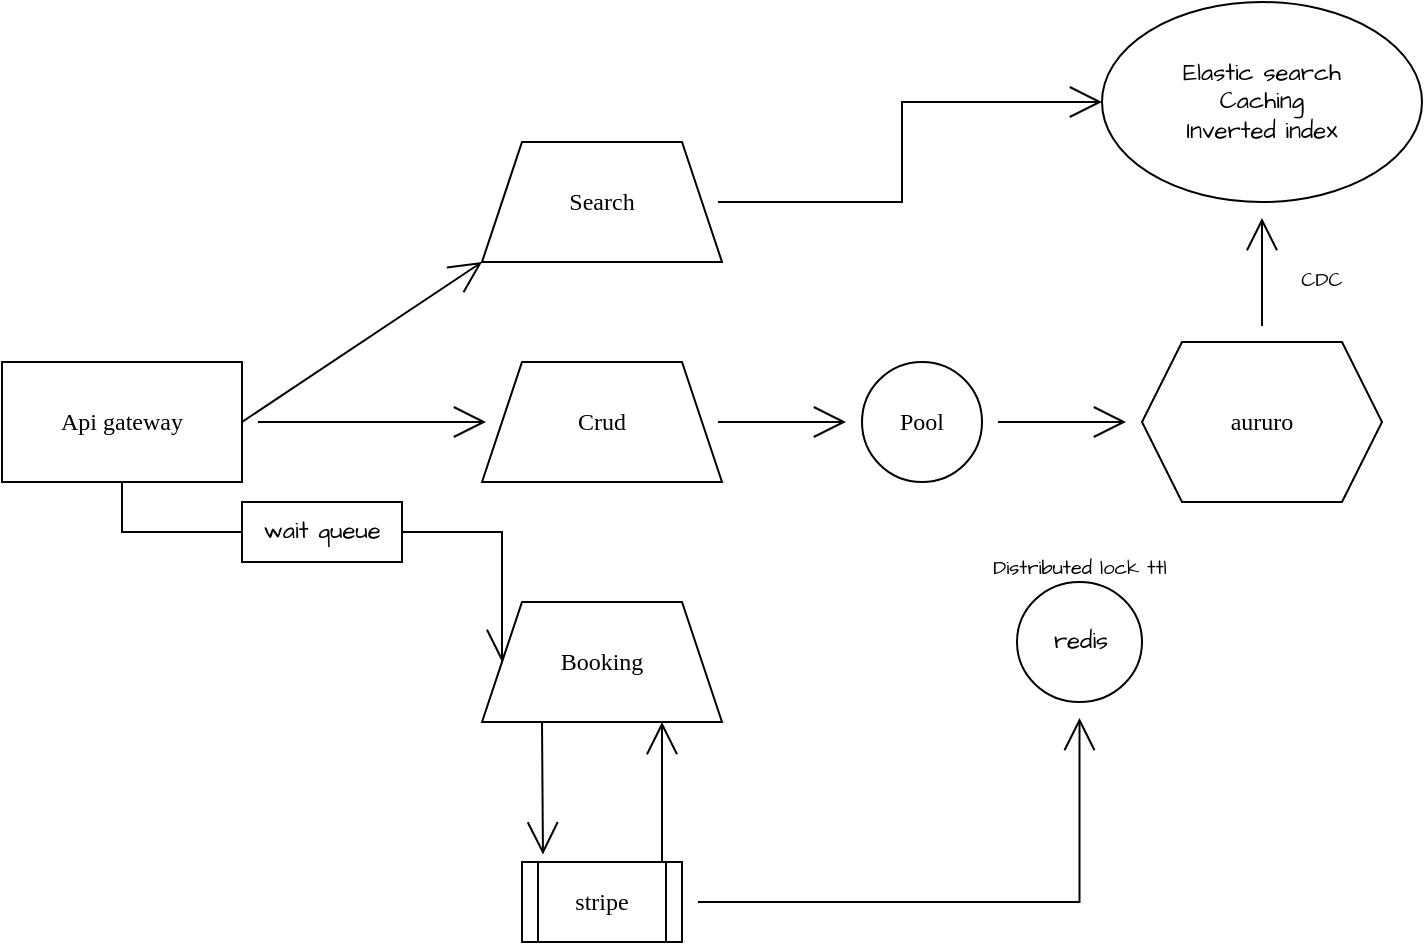
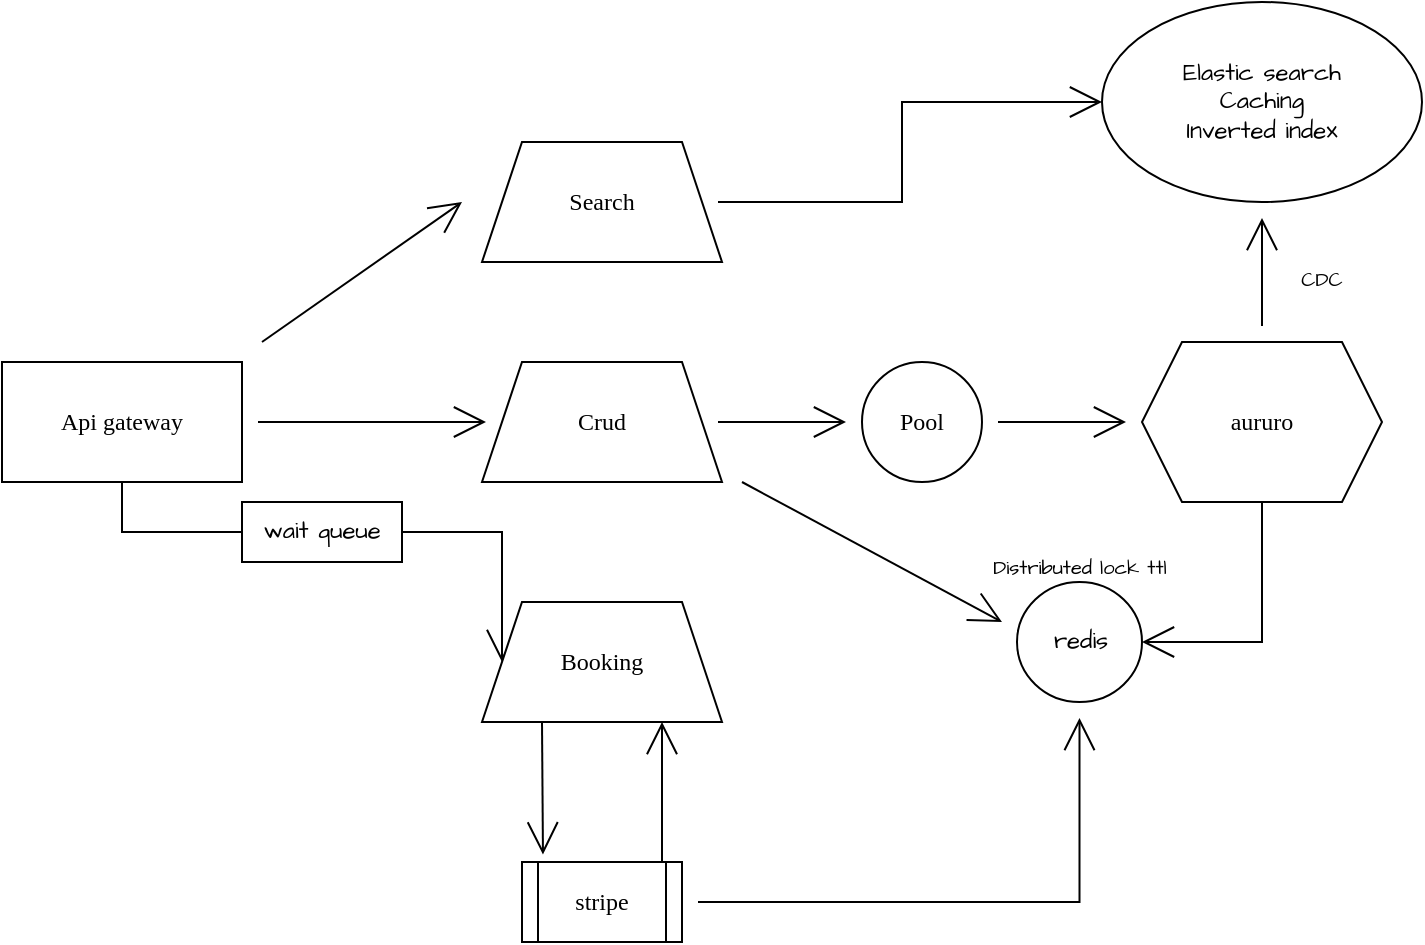
<mxfile host="app.diagrams.net" agent="5.0 (Windows NT 10.0; Win64; x64) AppleWebKit/537.36 (KHTML, like Gecko) Chrome/96.0.4664.93 Safari/537.36">
  <diagram id="Ht1M8jgEwFfnCIfOTk4-" name="Page-1">
    <mxGraphModel dx="1506" dy="688" grid="1" gridSize="10" guides="1" tooltips="1" connect="1" arrows="1" fold="1" page="1" pageScale="1" pageWidth="1169" pageHeight="827" math="0" shadow="0">
      <root>
        <mxCell id="0" />
        <mxCell id="1" parent="0" />
-         <mxCell id="67bCBKCydI8KBQZZ1gRH-10" edge="1" parent="1" source="67bCBKCydI8KBQZZ1gRH-1" style="edgeStyle=none;curved=1;rounded=0;orthogonalLoop=1;jettySize=auto;html=1;exitX=1;exitY=0.5;exitDx=0;exitDy=0;entryX=0;entryY=1;entryDx=0;entryDy=0;fontFamily=Verdana;fontSize=16;startSize=14;endArrow=open;endSize=14;sourcePerimeterSpacing=8;targetPerimeterSpacing=8;" target="67bCBKCydI8KBQZZ1gRH-2">
-           <mxGeometry relative="1" as="geometry" />
-         </mxCell>
        <mxCell id="67bCBKCydI8KBQZZ1gRH-11" edge="1" parent="1" source="67bCBKCydI8KBQZZ1gRH-1" style="edgeStyle=none;curved=1;rounded=0;orthogonalLoop=1;jettySize=auto;html=1;fontFamily=Verdana;fontSize=16;startSize=14;endArrow=open;endSize=14;sourcePerimeterSpacing=8;targetPerimeterSpacing=8;" target="67bCBKCydI8KBQZZ1gRH-3" value="">
          <mxGeometry relative="1" as="geometry" />
        </mxCell>
        <mxCell id="67bCBKCydI8KBQZZ1gRH-25" edge="1" parent="1" source="67bCBKCydI8KBQZZ1gRH-1" style="edgeStyle=orthogonalEdgeStyle;rounded=0;orthogonalLoop=1;jettySize=auto;html=1;exitX=0.5;exitY=1;exitDx=0;exitDy=0;entryX=0;entryY=0.5;entryDx=0;entryDy=0;fontFamily=Architects Daughter;fontSource=https%3A%2F%2Ffonts.googleapis.com%2Fcss%3Ffamily%3DArchitects%2BDaughter;fontSize=16;startSize=14;endArrow=open;endSize=14;sourcePerimeterSpacing=8;targetPerimeterSpacing=8;" target="67bCBKCydI8KBQZZ1gRH-4">
          <mxGeometry relative="1" as="geometry" />
        </mxCell>
        <mxCell id="67bCBKCydI8KBQZZ1gRH-1" parent="1" style="rounded=0;whiteSpace=wrap;html=1;fontFamily=Verdana;" value="Api gateway" vertex="1">
          <mxGeometry height="60" width="120" x="220" y="330" as="geometry" />
        </mxCell>
        <mxCell id="67bCBKCydI8KBQZZ1gRH-30" edge="1" parent="1" source="67bCBKCydI8KBQZZ1gRH-2" style="edgeStyle=orthogonalEdgeStyle;rounded=0;orthogonalLoop=1;jettySize=auto;html=1;entryX=0;entryY=0.5;entryDx=0;entryDy=0;fontFamily=Architects Daughter;fontSource=https%3A%2F%2Ffonts.googleapis.com%2Fcss%3Ffamily%3DArchitects%2BDaughter;fontSize=16;startSize=14;endArrow=open;endSize=14;sourcePerimeterSpacing=8;targetPerimeterSpacing=8;" target="67bCBKCydI8KBQZZ1gRH-27">
          <mxGeometry relative="1" as="geometry" />
        </mxCell>
        <mxCell id="67bCBKCydI8KBQZZ1gRH-2" parent="1" style="shape=trapezoid;perimeter=trapezoidPerimeter;whiteSpace=wrap;html=1;fixedSize=1;fontFamily=Verdana;" value="Search" vertex="1">
          <mxGeometry height="60" width="120" x="460" y="220" as="geometry" />
        </mxCell>
        <mxCell id="67bCBKCydI8KBQZZ1gRH-14" edge="1" parent="1" source="67bCBKCydI8KBQZZ1gRH-15" style="edgeStyle=none;curved=1;rounded=0;orthogonalLoop=1;jettySize=auto;html=1;fontFamily=Verdana;fontSize=16;startSize=14;endArrow=open;endSize=14;sourcePerimeterSpacing=8;targetPerimeterSpacing=8;" target="67bCBKCydI8KBQZZ1gRH-13" value="">
          <mxGeometry relative="1" as="geometry" />
+         </mxCell>
+         <mxCell id="67bCBKCydI8KBQZZ1gRH-36" edge="1" parent="1" style="edgeStyle=none;curved=1;rounded=0;orthogonalLoop=1;jettySize=auto;html=1;fontFamily=Architects Daughter;fontSource=https%3A%2F%2Ffonts.googleapis.com%2Fcss%3Ffamily%3DArchitects%2BDaughter;fontSize=16;startSize=14;endArrow=open;endSize=14;sourcePerimeterSpacing=8;targetPerimeterSpacing=8;">
+           <mxGeometry relative="1" as="geometry">
+             <mxPoint x="590" y="390" as="sourcePoint" />
+             <mxPoint x="720" y="460" as="targetPoint" />
+           </mxGeometry>
        </mxCell>
        <mxCell id="67bCBKCydI8KBQZZ1gRH-3" parent="1" style="shape=trapezoid;perimeter=trapezoidPerimeter;whiteSpace=wrap;html=1;fixedSize=1;fontFamily=Verdana;" value="Crud" vertex="1">
          <mxGeometry height="60" width="120" x="460" y="330" as="geometry" />
        </mxCell>
        <mxCell id="67bCBKCydI8KBQZZ1gRH-4" parent="1" style="shape=trapezoid;perimeter=trapezoidPerimeter;whiteSpace=wrap;html=1;fixedSize=1;fontFamily=Verdana;" value="Booking" vertex="1">
          <mxGeometry height="60" width="120" x="460" y="450" as="geometry" />
        </mxCell>
        <mxCell id="67bCBKCydI8KBQZZ1gRH-33" edge="1" parent="1" source="67bCBKCydI8KBQZZ1gRH-5" style="edgeStyle=orthogonalEdgeStyle;rounded=0;orthogonalLoop=1;jettySize=auto;html=1;fontFamily=Architects Daughter;fontSource=https%3A%2F%2Ffonts.googleapis.com%2Fcss%3Ffamily%3DArchitects%2BDaughter;fontSize=16;startSize=14;endArrow=open;endSize=14;sourcePerimeterSpacing=8;targetPerimeterSpacing=8;" target="67bCBKCydI8KBQZZ1gRH-18" value="">
          <mxGeometry relative="1" as="geometry" />
        </mxCell>
        <mxCell id="67bCBKCydI8KBQZZ1gRH-5" parent="1" style="shape=process;whiteSpace=wrap;html=1;backgroundOutline=1;fontFamily=Verdana;" value="stripe" vertex="1">
          <mxGeometry height="40" width="80" x="480" y="580" as="geometry" />
        </mxCell>
        <mxCell id="67bCBKCydI8KBQZZ1gRH-7" edge="1" parent="1" source="67bCBKCydI8KBQZZ1gRH-4" style="edgeStyle=none;curved=1;rounded=0;orthogonalLoop=1;jettySize=auto;html=1;exitX=0.25;exitY=1;exitDx=0;exitDy=0;entryX=0.131;entryY=-0.095;entryDx=0;entryDy=0;entryPerimeter=0;fontFamily=Verdana;fontSize=16;startSize=14;endArrow=open;endSize=14;sourcePerimeterSpacing=8;targetPerimeterSpacing=8;" target="67bCBKCydI8KBQZZ1gRH-5">
          <mxGeometry relative="1" as="geometry" />
        </mxCell>
        <mxCell id="67bCBKCydI8KBQZZ1gRH-8" edge="1" parent="1" style="edgeStyle=none;curved=1;rounded=0;orthogonalLoop=1;jettySize=auto;html=1;entryX=0.75;entryY=1;entryDx=0;entryDy=0;fontFamily=Verdana;fontSize=16;startSize=14;endArrow=open;endSize=14;sourcePerimeterSpacing=8;targetPerimeterSpacing=8;" target="67bCBKCydI8KBQZZ1gRH-4">
          <mxGeometry relative="1" as="geometry">
            <mxPoint x="550" y="580" as="sourcePoint" />
          </mxGeometry>
        </mxCell>
        <mxCell id="67bCBKCydI8KBQZZ1gRH-28" edge="1" parent="1" source="67bCBKCydI8KBQZZ1gRH-13" style="edgeStyle=none;curved=1;rounded=0;orthogonalLoop=1;jettySize=auto;html=1;fontFamily=Architects Daughter;fontSource=https%3A%2F%2Ffonts.googleapis.com%2Fcss%3Ffamily%3DArchitects%2BDaughter;fontSize=16;startSize=14;endArrow=open;endSize=14;sourcePerimeterSpacing=8;targetPerimeterSpacing=8;" target="67bCBKCydI8KBQZZ1gRH-27" value="">
+           <mxGeometry relative="1" as="geometry" />
+         </mxCell>
+         <mxCell id="67bCBKCydI8KBQZZ1gRH-35" edge="1" parent="1" source="67bCBKCydI8KBQZZ1gRH-13" style="edgeStyle=orthogonalEdgeStyle;rounded=0;orthogonalLoop=1;jettySize=auto;html=1;exitX=0.5;exitY=1;exitDx=0;exitDy=0;entryX=1;entryY=0.5;entryDx=0;entryDy=0;fontFamily=Architects Daughter;fontSource=https%3A%2F%2Ffonts.googleapis.com%2Fcss%3Ffamily%3DArchitects%2BDaughter;fontSize=16;startSize=14;endArrow=open;endSize=14;sourcePerimeterSpacing=8;targetPerimeterSpacing=8;" target="67bCBKCydI8KBQZZ1gRH-18">
          <mxGeometry relative="1" as="geometry" />
        </mxCell>
        <mxCell id="67bCBKCydI8KBQZZ1gRH-13" parent="1" style="shape=hexagon;perimeter=hexagonPerimeter2;whiteSpace=wrap;html=1;fixedSize=1;fontFamily=Verdana;" value="aururo" vertex="1">
          <mxGeometry height="80" width="120" x="790" y="320" as="geometry" />
        </mxCell>
        <mxCell id="67bCBKCydI8KBQZZ1gRH-16" edge="1" parent="1" source="67bCBKCydI8KBQZZ1gRH-3" style="edgeStyle=none;curved=1;rounded=0;orthogonalLoop=1;jettySize=auto;html=1;fontFamily=Verdana;fontSize=16;startSize=14;endArrow=open;endSize=14;sourcePerimeterSpacing=8;targetPerimeterSpacing=8;" target="67bCBKCydI8KBQZZ1gRH-15" value="">
          <mxGeometry relative="1" as="geometry">
            <mxPoint x="578" y="360" as="sourcePoint" />
            <mxPoint x="782" y="360" as="targetPoint" />
          </mxGeometry>
        </mxCell>
        <mxCell id="67bCBKCydI8KBQZZ1gRH-15" parent="1" style="ellipse;whiteSpace=wrap;html=1;fontFamily=Verdana;" value="Pool" vertex="1">
          <mxGeometry height="60" width="60" x="650" y="330" as="geometry" />
        </mxCell>
        <mxCell id="67bCBKCydI8KBQZZ1gRH-18" parent="1" style="ellipse;whiteSpace=wrap;html=1;fontFamily=Architects Daughter;fontSource=https%3A%2F%2Ffonts.googleapis.com%2Fcss%3Ffamily%3DArchitects%2BDaughter;" value="redis" vertex="1">
          <mxGeometry height="60" width="62.5" x="727.5" y="440" as="geometry" />
        </mxCell>
        <mxCell id="67bCBKCydI8KBQZZ1gRH-20" parent="1" style="text;html=1;whiteSpace=wrap;strokeColor=none;fillColor=none;align=center;verticalAlign=middle;rounded=0;fontSize=20;fontFamily=Architects Daughter;fontSource=https%3A%2F%2Ffonts.googleapis.com%2Fcss%3Ffamily%3DArchitects%2BDaughter;" value="&lt;font style=&quot;font-size: 10px;&quot;&gt;Distributed lock ttl&lt;/font&gt;" vertex="1">
          <mxGeometry height="30" width="90" x="713.75" y="414" as="geometry" />
        </mxCell>
        <mxCell id="67bCBKCydI8KBQZZ1gRH-21" parent="1" style="rounded=0;whiteSpace=wrap;html=1;fontFamily=Architects Daughter;fontSource=https%3A%2F%2Ffonts.googleapis.com%2Fcss%3Ffamily%3DArchitects%2BDaughter;" value="wait queue" vertex="1">
          <mxGeometry height="30" width="80" x="340" y="400" as="geometry" />
        </mxCell>
        <mxCell id="67bCBKCydI8KBQZZ1gRH-27" parent="1" style="ellipse;whiteSpace=wrap;html=1;fontFamily=Architects Daughter;fontSource=https%3A%2F%2Ffonts.googleapis.com%2Fcss%3Ffamily%3DArchitects%2BDaughter;" value="Elastic search&lt;br&gt;Caching&lt;br&gt;Inverted index" vertex="1">
          <mxGeometry height="100" width="160" x="770" y="150" as="geometry" />
        </mxCell>
        <mxCell id="67bCBKCydI8KBQZZ1gRH-29" parent="1" style="text;html=1;whiteSpace=wrap;strokeColor=none;fillColor=none;align=center;verticalAlign=middle;rounded=0;fontSize=20;fontFamily=Architects Daughter;fontSource=https%3A%2F%2Ffonts.googleapis.com%2Fcss%3Ffamily%3DArchitects%2BDaughter;" value="&lt;font style=&quot;font-size: 10px;&quot;&gt;CDC&lt;/font&gt;" vertex="1">
          <mxGeometry height="30" width="60" x="850" y="270" as="geometry" />
        </mxCell>
+         <mxCell id="67bCBKCydI8KBQZZ1gRH-34" edge="1" parent="1" style="edgeStyle=none;curved=1;rounded=0;orthogonalLoop=1;jettySize=auto;html=1;fontFamily=Verdana;fontSize=16;startSize=14;endArrow=open;endSize=14;sourcePerimeterSpacing=8;targetPerimeterSpacing=8;" value="">
+           <mxGeometry relative="1" as="geometry">
+             <mxPoint x="350" y="320" as="sourcePoint" />
+             <mxPoint x="450" y="250" as="targetPoint" />
+           </mxGeometry>
+         </mxCell>
      </root>
    </mxGraphModel>
  </diagram>
</mxfile>
